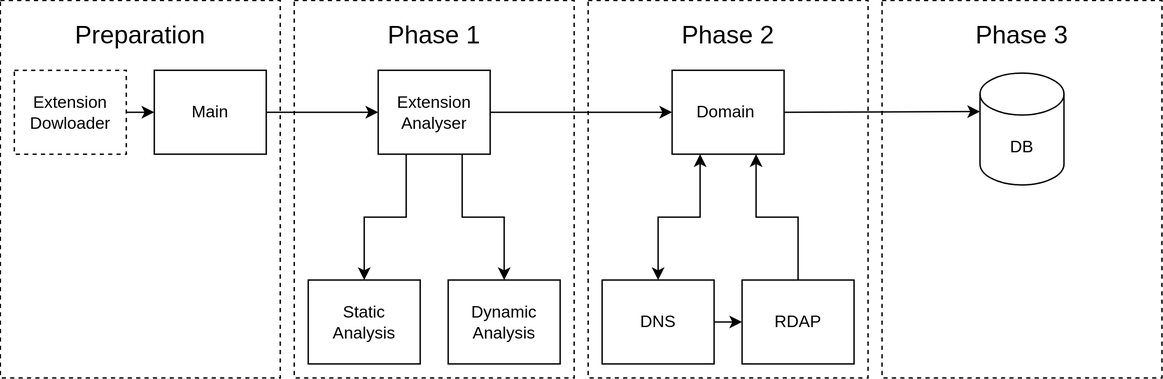
Above: fig/framework2.svg in BionicRiddle/webstore-dl-and-analysis (draw.io), before the change. Source tidied: cells renumbered, new cells last; positions are measured from the earlier drawing's top-left corner, leaving out a move shared by most shapes. Its diagram source:
```xml
<mxGraphModel>
  <root>
    <mxCell id="0" />
    <mxCell id="1" parent="0" />
    <mxCell id="2" value="Preparation" style="rounded=0;whiteSpace=wrap;html=1;fillColor=none;dashed=1;spacingTop=-220;fontSize=18;" parent="1" vertex="1">
      <mxGeometry width="200" height="270" as="geometry" />
    </mxCell>
    <mxCell id="3" value="Phase 2" style="rounded=0;whiteSpace=wrap;html=1;fillColor=none;dashed=1;spacingTop=-220;fontSize=18;" parent="1" vertex="1">
      <mxGeometry x="420" width="200" height="270" as="geometry" />
    </mxCell>
    <mxCell id="4" value="Phase 3" style="rounded=0;whiteSpace=wrap;html=1;fillColor=none;dashed=1;spacingTop=-220;fontSize=18;" parent="1" vertex="1">
      <mxGeometry x="630" width="200" height="270" as="geometry" />
    </mxCell>
    <mxCell id="5" value="Phase 1" style="rounded=0;whiteSpace=wrap;html=1;fillColor=none;dashed=1;spacingTop=-220;fontSize=18;" parent="1" vertex="1">
      <mxGeometry x="210" width="200" height="270" as="geometry" />
    </mxCell>
    <mxCell id="6" style="edgeStyle=orthogonalEdgeStyle;rounded=0;jettySize=auto;html=1;exitX=1;exitY=0.5;exitDx=0;exitDy=0;entryX=0;entryY=0.5;entryDx=0;entryDy=0;" parent="1" edge="1" source="7" target="9">
      <mxGeometry relative="1" as="geometry" />
    </mxCell>
    <mxCell id="7" value="Extension&lt;br&gt;Dowloader" style="rounded=0;whiteSpace=wrap;html=1;dashed=1;" parent="1" vertex="1">
      <mxGeometry x="10" y="50" width="80" height="60" as="geometry" />
    </mxCell>
    <mxCell id="8" style="edgeStyle=orthogonalEdgeStyle;rounded=0;jettySize=auto;html=1;exitX=1;exitY=0.5;exitDx=0;exitDy=0;entryX=0;entryY=0.5;entryDx=0;entryDy=0;" parent="1" edge="1" source="9" target="13">
      <mxGeometry relative="1" as="geometry" />
    </mxCell>
    <mxCell id="9" value="Main" style="rounded=0;whiteSpace=wrap;html=1;" parent="1" vertex="1">
      <mxGeometry x="110" y="50" width="80" height="60" as="geometry" />
    </mxCell>
    <mxCell id="10" style="edgeStyle=orthogonalEdgeStyle;rounded=0;jettySize=auto;html=1;exitX=1;exitY=0.5;exitDx=0;exitDy=0;entryX=0;entryY=0.5;entryDx=0;entryDy=0;" parent="1" edge="1" source="13" target="21">
      <mxGeometry relative="1" as="geometry" />
    </mxCell>
    <mxCell id="11" style="edgeStyle=orthogonalEdgeStyle;rounded=0;jettySize=auto;html=1;exitX=0.25;exitY=1;exitDx=0;exitDy=0;entryX=0.5;entryY=0;entryDx=0;entryDy=0;" parent="1" edge="1" source="13" target="14">
      <mxGeometry relative="1" as="geometry" />
    </mxCell>
    <mxCell id="12" style="edgeStyle=orthogonalEdgeStyle;rounded=0;jettySize=auto;html=1;exitX=0.75;exitY=1;exitDx=0;exitDy=0;entryX=0.5;entryY=0;entryDx=0;entryDy=0;" parent="1" edge="1" source="13" target="15">
      <mxGeometry relative="1" as="geometry" />
    </mxCell>
    <mxCell id="13" value="Extension&lt;br&gt;Analyser" style="rounded=0;whiteSpace=wrap;html=1;" parent="1" vertex="1">
      <mxGeometry x="270" y="50" width="80" height="60" as="geometry" />
    </mxCell>
    <mxCell id="14" value="Static&lt;br&gt;Analysis" style="rounded=0;whiteSpace=wrap;html=1;" parent="1" vertex="1">
      <mxGeometry x="220" y="200" width="80" height="60" as="geometry" />
    </mxCell>
    <mxCell id="15" value="Dynamic&lt;br&gt;Analysis" style="rounded=0;whiteSpace=wrap;html=1;" parent="1" vertex="1">
      <mxGeometry x="320" y="200" width="80" height="60" as="geometry" />
    </mxCell>
    <mxCell id="16" style="edgeStyle=orthogonalEdgeStyle;rounded=0;jettySize=auto;html=1;exitX=1;exitY=0.5;exitDx=0;exitDy=0;entryX=0;entryY=0.5;entryDx=0;entryDy=0;" parent="1" edge="1" source="17" target="19">
      <mxGeometry relative="1" as="geometry" />
    </mxCell>
    <mxCell id="17" value="DNS" style="rounded=0;whiteSpace=wrap;html=1;" parent="1" vertex="1">
      <mxGeometry x="430" y="200" width="80" height="60" as="geometry" />
    </mxCell>
    <mxCell id="18" style="edgeStyle=orthogonalEdgeStyle;rounded=0;jettySize=auto;html=1;exitX=0.5;exitY=0;exitDx=0;exitDy=0;entryX=0.75;entryY=1;entryDx=0;entryDy=0;" parent="1" edge="1" source="19" target="21">
      <mxGeometry relative="1" as="geometry" />
    </mxCell>
    <mxCell id="19" value="RDAP" style="rounded=0;whiteSpace=wrap;html=1;" parent="1" vertex="1">
      <mxGeometry x="530" y="200" width="80" height="60" as="geometry" />
    </mxCell>
    <mxCell id="20" style="edgeStyle=orthogonalEdgeStyle;rounded=0;jettySize=auto;html=1;exitX=0.25;exitY=1;exitDx=0;exitDy=0;entryX=0.5;entryY=0;entryDx=0;entryDy=0;startArrow=classic;startFill=1;" parent="1" edge="1" source="21" target="17">
      <mxGeometry relative="1" as="geometry" />
    </mxCell>
    <mxCell id="21" value="Domain&amp;nbsp;" style="rounded=0;whiteSpace=wrap;html=1;" parent="1" vertex="1">
      <mxGeometry x="480" y="50" width="80" height="60" as="geometry" />
    </mxCell>
    <mxCell id="22" value="DB" style="shape=cylinder3;whiteSpace=wrap;html=1;boundedLbl=1;backgroundOutline=1;size=15;" parent="1" vertex="1">
      <mxGeometry x="700" y="52" width="60" height="80" as="geometry" />
    </mxCell>
    <mxCell id="23" style="endArrow=classic;html=1;rounded=0;exitX=1;exitY=0.5;exitDx=0;exitDy=0;entryX=0;entryY=0;entryDx=0;entryDy=27.5;entryPerimeter=0;" parent="1" edge="1" source="21" target="22">
      <mxGeometry relative="1" as="geometry" />
    </mxCell>
  </root>
</mxGraphModel>
```
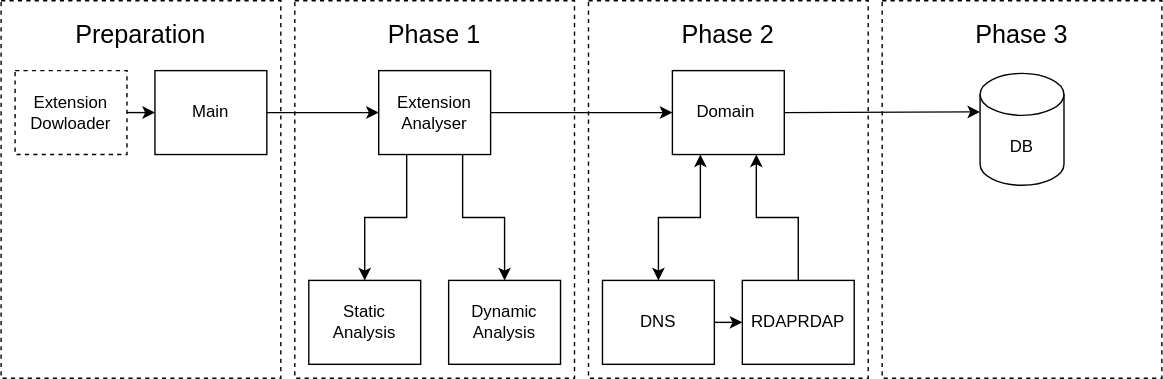
Later version of the same file.

Diff of the diagram source:
```diff
@@ -53,7 +53,7 @@
     <mxCell id="18" style="edgeStyle=orthogonalEdgeStyle;rounded=0;jettySize=auto;html=1;exitX=0.5;exitY=0;exitDx=0;exitDy=0;entryX=0.75;entryY=1;entryDx=0;entryDy=0;" parent="1" edge="1" source="19" target="21">
       <mxGeometry relative="1" as="geometry" />
     </mxCell>
-    <mxCell id="19" value="RDAP" style="rounded=0;whiteSpace=wrap;html=1;" parent="1" vertex="1">
+    <mxCell id="19" value="RDAPRDAP" style="rounded=0;whiteSpace=wrap;html=1;" parent="1" vertex="1">
       <mxGeometry x="530" y="200" width="80" height="60" as="geometry" />
     </mxCell>
     <mxCell id="20" style="edgeStyle=orthogonalEdgeStyle;rounded=0;jettySize=auto;html=1;exitX=0.25;exitY=1;exitDx=0;exitDy=0;entryX=0.5;entryY=0;entryDx=0;entryDy=0;startArrow=classic;startFill=1;" parent="1" edge="1" source="21" target="17">
```
